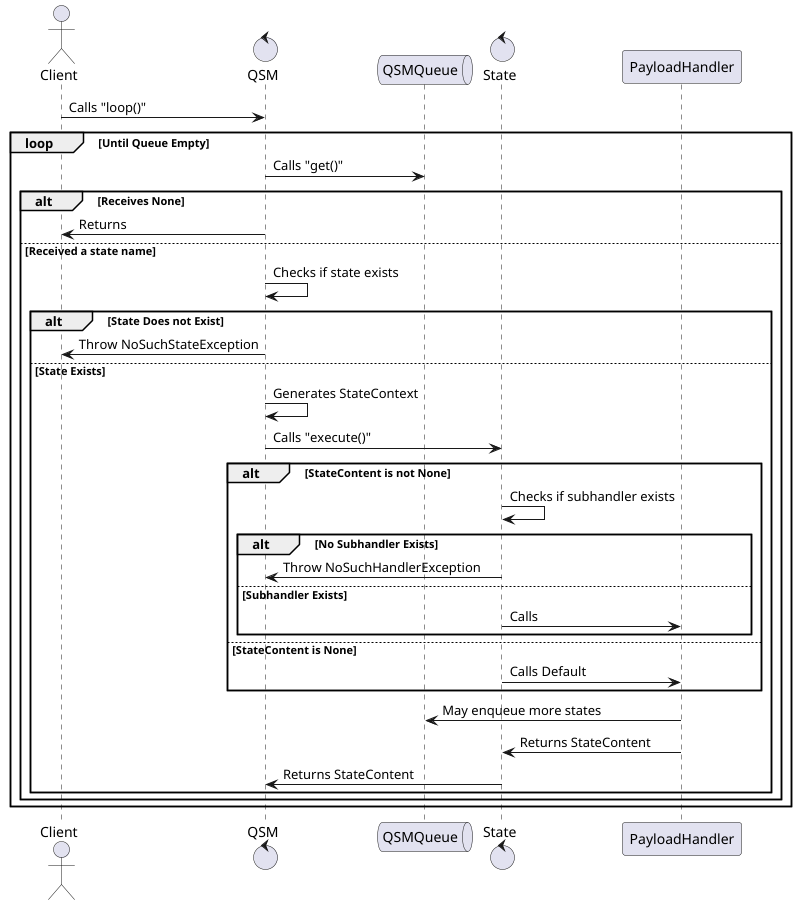
This is docs/flow-model.png from aaron-jencks/qsm, a PlantUML export, as it was before one commit.
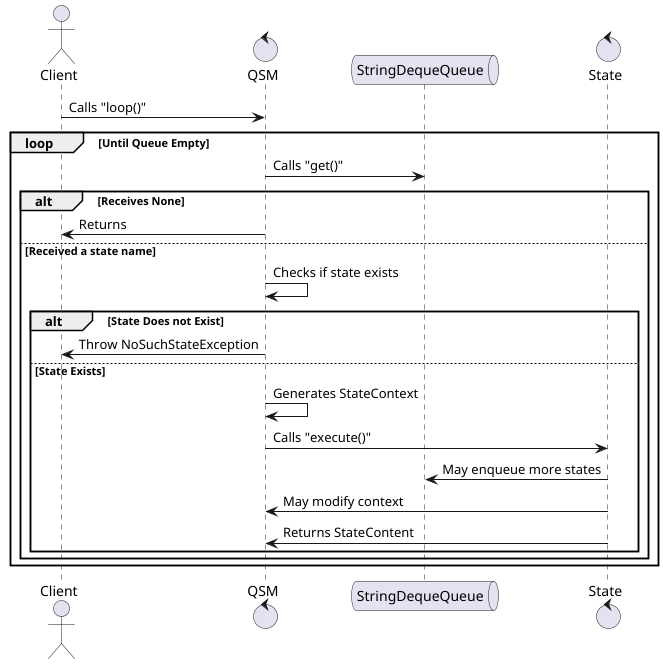
Above is the later version.

The edit, as a diff of the source:
```diff
@@ -2,11 +2,11 @@
 
 actor Client
 control QSM
-queue QSMQueue
+queue StringDequeQueue
 control State
 Client -> QSM : Calls "loop()"
 loop Until Queue Empty
-QSM -> QSMQueue : Calls "get()"
+QSM -> StringDequeQueue : Calls "get()"
 alt Receives None
 QSM -> Client : Returns
 else Received a state name
@@ -16,18 +16,8 @@
 else State Exists
 QSM -> QSM : Generates StateContext
 QSM -> State : Calls "execute()"
-alt StateContent is not None
-State -> State : Checks if subhandler exists
-alt No Subhandler Exists
-State -> QSM : Throw NoSuchHandlerException
-else Subhandler Exists
-State -> PayloadHandler : Calls
-end
-else StateContent is None
-State -> PayloadHandler : Calls Default
-end
-PayloadHandler -> QSMQueue : May enqueue more states
-PayloadHandler -> State : Returns StateContent
+State -> StringDequeQueue : May enqueue more states
+State -> QSM : May modify context
 State -> QSM : Returns StateContent
 end
 end
```
